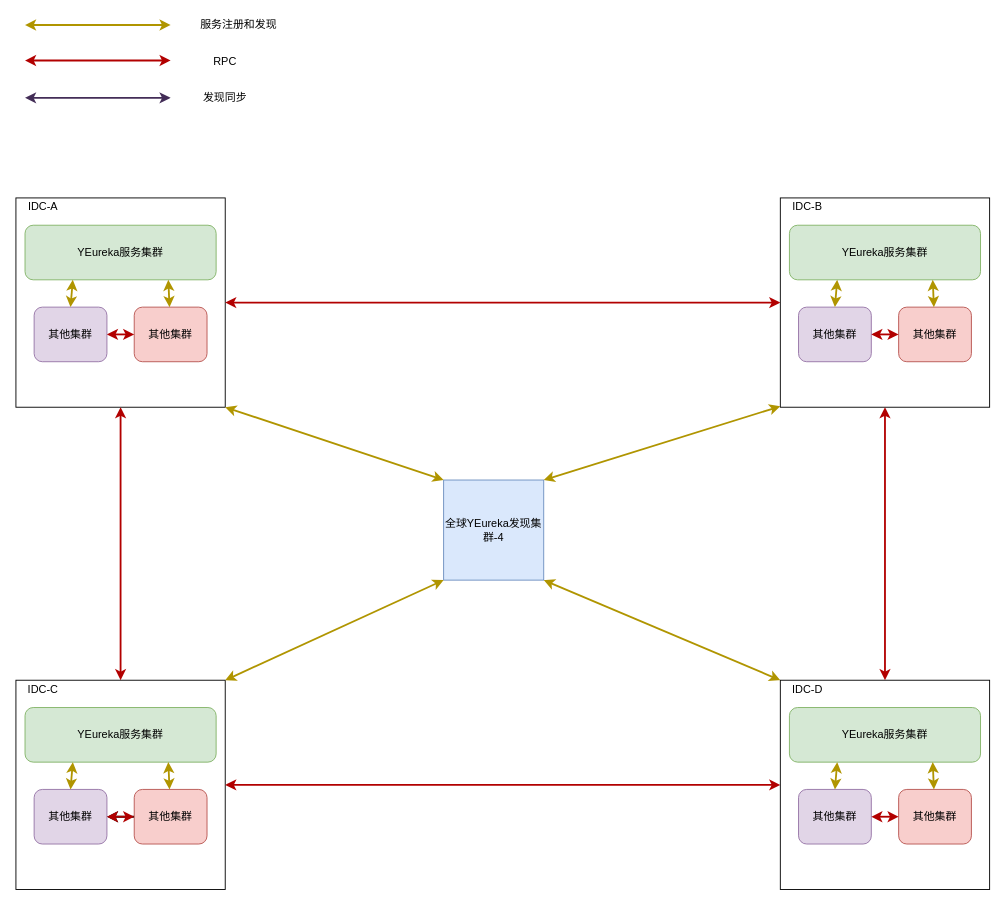
The draw.io diagram Untitled Diagram.drawio in Gred01/study, before the edit. Source tidied: cells renumbered, new cells numbered last; positions are measured from the earlier drawing's top-left corner, leaving out a move shared by most shapes. Both pictures are drawn from the tidied source at 91%, with x=0, y=0 at pixel (15, 15).
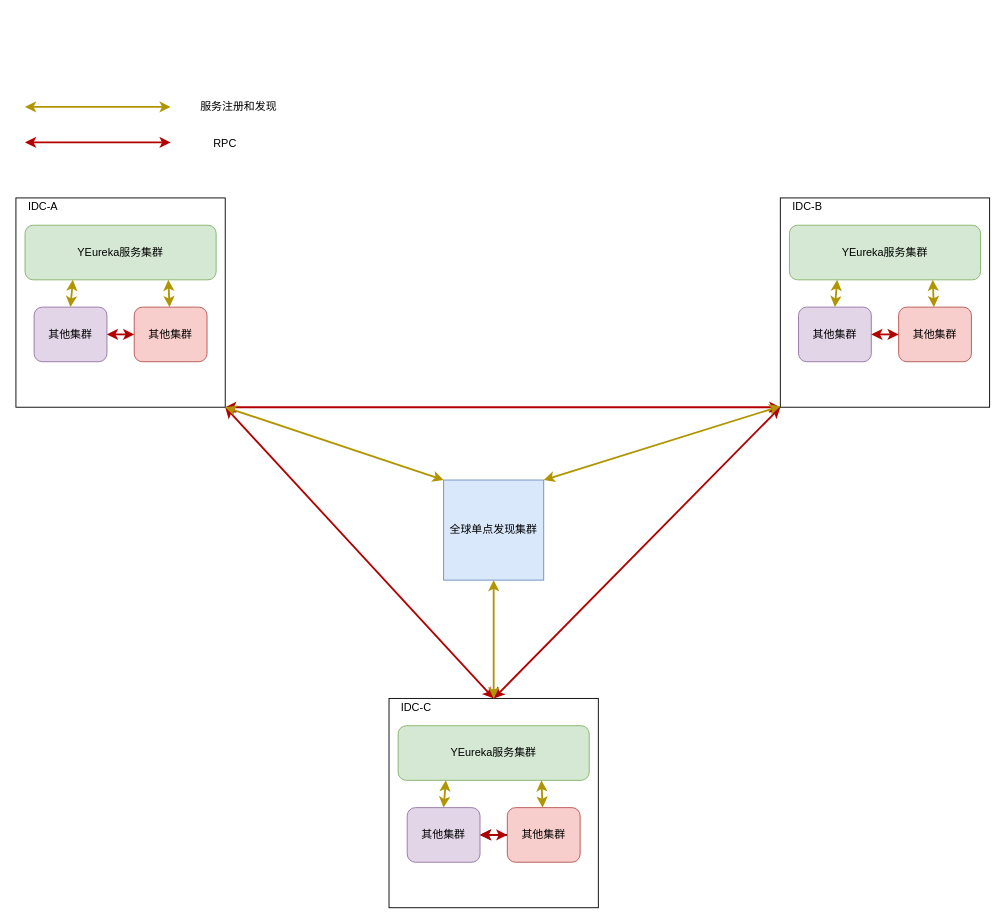
Above is the later version.

Unchanged cells that the change refers to:
```xml
<mxCell id="2" style="whiteSpace=wrap;html=1;" parent="1" vertex="1">
  <mxGeometry y="200" width="230" height="230" as="geometry" />
</mxCell>
<mxCell id="10" style="whiteSpace=wrap;html=1;" parent="1" vertex="1">
  <mxGeometry x="840" y="200" width="230" height="230" as="geometry" />
</mxCell>
```

Change to the diagram source:
```diff
@@
     <mxCell id="18" style="whiteSpace=wrap;html=1;" parent="1" vertex="1">
-      <mxGeometry y="730" width="230" height="230" as="geometry" />
+      <mxGeometry x="410" y="750" width="230" height="230" as="geometry" />
     </mxCell>
     <mxCell id="19" value="YEureka服务集群" style="rounded=1;whiteSpace=wrap;html=1;fillColor=#d5e8d4;strokeColor=#82b366;" parent="1" vertex="1">
-      <mxGeometry x="10" y="760" width="210" height="60" as="geometry" />
+      <mxGeometry x="420" y="780" width="210" height="60" as="geometry" />
     </mxCell>
     <mxCell id="20" value="IDC-C" style="text;html=1;strokeColor=none;fillColor=none;align=center;verticalAlign=middle;whiteSpace=wrap;rounded=0;" parent="1" vertex="1">
-      <mxGeometry y="730" width="60" height="20" as="geometry" />
+      <mxGeometry x="410" y="750" width="60" height="20" as="geometry" />
     </mxCell>
@@
     <mxCell id="22" value="其他集群" style="rounded=1;whiteSpace=wrap;html=1;fillColor=#f8cecc;strokeColor=#b85450;" parent="1" vertex="1">
-      <mxGeometry x="130" y="850" width="80" height="60" as="geometry" />
+      <mxGeometry x="540" y="870" width="80" height="60" as="geometry" />
     </mxCell>
@@
     <mxCell id="24" value="其他集群" style="rounded=1;whiteSpace=wrap;html=1;fillColor=#e1d5e7;strokeColor=#9673a6;" parent="1" vertex="1">
-      <mxGeometry x="20" y="850" width="80" height="60" as="geometry" />
+      <mxGeometry x="430" y="870" width="80" height="60" as="geometry" />
     </mxCell>
@@
-    <mxCell id="26" style="whiteSpace=wrap;html=1;" parent="1" vertex="1">
-      <mxGeometry x="840" y="730" width="230" height="230" as="geometry" />
-    </mxCell>
-    <mxCell id="27" value="YEureka服务集群" style="rounded=1;whiteSpace=wrap;html=1;fillColor=#d5e8d4;strokeColor=#82b366;" parent="1" vertex="1">
-      <mxGeometry x="850" y="760" width="210" height="60" as="geometry" />
-    </mxCell>
-    <mxCell id="28" value="IDC-D" style="text;html=1;strokeColor=none;fillColor=none;align=center;verticalAlign=middle;whiteSpace=wrap;rounded=0;" parent="1" vertex="1">
-      <mxGeometry x="840" y="730" width="60" height="20" as="geometry" />
-    </mxCell>
-    <mxCell id="29" value="其他集群" style="rounded=1;whiteSpace=wrap;html=1;fillColor=#f8cecc;strokeColor=#b85450;" parent="1" vertex="1">
-      <mxGeometry x="970" y="850" width="80" height="60" as="geometry" />
-    </mxCell>
-    <mxCell id="30" style="endArrow=classic;startArrow=classic;html=1;exitX=0.75;exitY=1;exitDx=0;exitDy=0;fillColor=#e3c800;strokeColor=#B09500;strokeWidth=2;" parent="1" edge="1" source="27" target="29">
-      <mxGeometry relative="1" as="geometry" />
-    </mxCell>
-    <mxCell id="31" value="其他集群" style="rounded=1;whiteSpace=wrap;html=1;fillColor=#e1d5e7;strokeColor=#9673a6;" parent="1" vertex="1">
-      <mxGeometry x="860" y="850" width="80" height="60" as="geometry" />
-    </mxCell>
-    <mxCell id="32" style="endArrow=classic;startArrow=classic;html=1;exitX=0.5;exitY=0;exitDx=0;exitDy=0;entryX=0.25;entryY=1;entryDx=0;entryDy=0;fillColor=#e3c800;strokeColor=#B09500;strokeWidth=2;" parent="1" edge="1" source="31" target="27">
-      <mxGeometry relative="1" as="geometry" />
-    </mxCell>
-    <mxCell id="33" style="endArrow=classic;startArrow=classic;html=1;entryX=0;entryY=0.5;entryDx=0;entryDy=0;fillColor=#e51400;strokeColor=#B20000;strokeWidth=2;" parent="1" edge="1" source="31" target="29">
-      <mxGeometry relative="1" as="geometry" />
-    </mxCell>
-    <mxCell id="34" style="endArrow=classic;startArrow=classic;html=1;entryX=0.5;entryY=1;entryDx=0;entryDy=0;fillColor=#e51400;strokeColor=#B20000;strokeWidth=2;" parent="1" edge="1" source="18" target="2">
+    <mxCell id="34" style="endArrow=classic;startArrow=classic;html=1;entryX=1;entryY=1;entryDx=0;entryDy=0;fillColor=#e51400;strokeColor=#B20000;strokeWidth=2;exitX=0.5;exitY=0;exitDx=0;exitDy=0;" parent="1" edge="1" source="18" target="2">
       <mxGeometry relative="1" as="geometry" />
     </mxCell>
-    <mxCell id="35" style="endArrow=classic;startArrow=classic;html=1;entryX=0;entryY=0.5;entryDx=0;entryDy=0;exitX=1;exitY=0.5;exitDx=0;exitDy=0;strokeWidth=2;fillColor=#e51400;strokeColor=#B20000;" parent="1" edge="1" source="18" target="26">
-      <mxGeometry relative="1" as="geometry" />
-    </mxCell>
-    <mxCell id="36" style="endArrow=classic;startArrow=classic;html=1;strokeWidth=2;fillColor=#e51400;strokeColor=#B20000;" parent="1" edge="1" source="10" target="26">
+    <mxCell id="36" style="endArrow=classic;startArrow=classic;html=1;strokeWidth=2;fillColor=#e51400;strokeColor=#B20000;entryX=0.5;entryY=0;entryDx=0;entryDy=0;exitX=0;exitY=1;exitDx=0;exitDy=0;" parent="1" edge="1" source="10" target="18">
       <mxGeometry relative="1" as="geometry" />
     </mxCell>
-    <mxCell id="37" style="endArrow=classic;startArrow=classic;html=1;exitX=0;exitY=0.5;exitDx=0;exitDy=0;entryX=1;entryY=0.5;entryDx=0;entryDy=0;strokeWidth=2;fillColor=#e51400;strokeColor=#B20000;" parent="1" edge="1" source="10" target="2">
-      <mxGeometry relative="1" as="geometry" />
+    <mxCell id="37" style="endArrow=classic;startArrow=classic;html=1;entryX=1;entryY=1;entryDx=0;entryDy=0;strokeWidth=2;fillColor=#e51400;strokeColor=#B20000;" parent="1" edge="1" target="2">
+      <mxGeometry relative="1" as="geometry">
+        <mxPoint x="840" y="430" as="sourcePoint" />
+      </mxGeometry>
     </mxCell>
-    <mxCell id="38" value="全球YEureka发现集群-4" style="whiteSpace=wrap;html=1;fillColor=#dae8fc;strokeColor=#6c8ebf;rounded=0;" parent="1" vertex="1">
+    <mxCell id="38" value="全球单点发现集群" style="whiteSpace=wrap;html=1;fillColor=#dae8fc;strokeColor=#6c8ebf;rounded=0;" parent="1" vertex="1">
       <mxGeometry x="470" y="510" width="110" height="110" as="geometry" />
     </mxCell>
-    <mxCell id="39" style="endArrow=classic;startArrow=classic;html=1;exitX=0;exitY=1;exitDx=0;exitDy=0;fillColor=#e3c800;strokeColor=#B09500;strokeWidth=2;" parent="1" edge="1" source="38">
-      <mxGeometry relative="1" as="geometry">
-        <mxPoint x="230" y="730" as="targetPoint" />
-      </mxGeometry>
+    <mxCell id="39" style="endArrow=classic;startArrow=classic;html=1;exitX=0.5;exitY=1;exitDx=0;exitDy=0;fillColor=#e3c800;strokeColor=#B09500;strokeWidth=2;entryX=0.5;entryY=0;entryDx=0;entryDy=0;" parent="1" edge="1" source="38" target="18">
+      <mxGeometry relative="1" as="geometry" />
     </mxCell>
@@
-    <mxCell id="41" style="endArrow=classic;startArrow=classic;html=1;exitX=0;exitY=0;exitDx=0;exitDy=0;fillColor=#e3c800;strokeColor=#B09500;strokeWidth=2;entryX=1;entryY=1;entryDx=0;entryDy=0;" parent="1" edge="1" source="28" target="38">
-      <mxGeometry relative="1" as="geometry" />
-    </mxCell>
@@
     <mxCell id="43" style="endArrow=classic;startArrow=classic;html=1;fillColor=#e51400;strokeColor=#B20000;strokeWidth=2;" parent="1" edge="1">
       <mxGeometry relative="1" as="geometry">
-        <mxPoint x="10" y="49" as="sourcePoint" />
-        <mxPoint x="170" y="49" as="targetPoint" />
+        <mxPoint x="10" y="139" as="sourcePoint" />
+        <mxPoint x="170" y="139" as="targetPoint" />
       </mxGeometry>
     </mxCell>
-    <mxCell id="44" style="endArrow=classic;startArrow=classic;html=1;fillColor=#76608a;strokeColor=#432D57;strokeWidth=2;" parent="1" edge="1">
-      <mxGeometry relative="1" as="geometry">
-        <mxPoint x="10" y="90" as="sourcePoint" />
-        <mxPoint x="170" y="90" as="targetPoint" />
-      </mxGeometry>
-    </mxCell>
     <mxCell id="45" style="endArrow=classic;startArrow=classic;html=1;fillColor=#e3c800;strokeColor=#B09500;strokeWidth=2;" parent="1" edge="1">
       <mxGeometry relative="1" as="geometry">
-        <mxPoint x="10" y="10" as="sourcePoint" />
-        <mxPoint x="170" y="10" as="targetPoint" />
+        <mxPoint x="10" y="100" as="sourcePoint" />
+        <mxPoint x="170" y="100" as="targetPoint" />
       </mxGeometry>
     </mxCell>
     <mxCell id="46" value="服务注册和发现" style="text;html=1;strokeColor=none;fillColor=none;align=center;verticalAlign=middle;whiteSpace=wrap;rounded=0;" parent="1" vertex="1">
-      <mxGeometry x="200" width="90" height="20" as="geometry" />
+      <mxGeometry x="200" y="90" width="90" height="20" as="geometry" />
     </mxCell>
     <mxCell id="47" value="RPC" style="text;html=1;strokeColor=none;fillColor=none;align=center;verticalAlign=middle;whiteSpace=wrap;rounded=0;" parent="1" vertex="1">
-      <mxGeometry x="200" y="40" width="60" height="20" as="geometry" />
+      <mxGeometry x="200" y="130" width="60" height="20" as="geometry" />
     </mxCell>
-    <mxCell id="48" value="发现同步" style="text;html=1;strokeColor=none;fillColor=none;align=center;verticalAlign=middle;whiteSpace=wrap;rounded=0;" parent="1" vertex="1">
-      <mxGeometry x="200" y="80" width="60" height="20" as="geometry" />
-    </mxCell>
     <mxCell id="49" style="endArrow=classic;startArrow=classic;html=1;fillColor=#e51400;strokeColor=#B20000;strokeWidth=2;entryX=0;entryY=0.5;entryDx=0;entryDy=0;" parent="1" edge="1" target="22">
       <mxGeometry relative="1" as="geometry">
-        <mxPoint x="100" y="880" as="sourcePoint" />
+        <mxPoint x="510" y="900" as="sourcePoint" />
       </mxGeometry>
     </mxCell>
```
